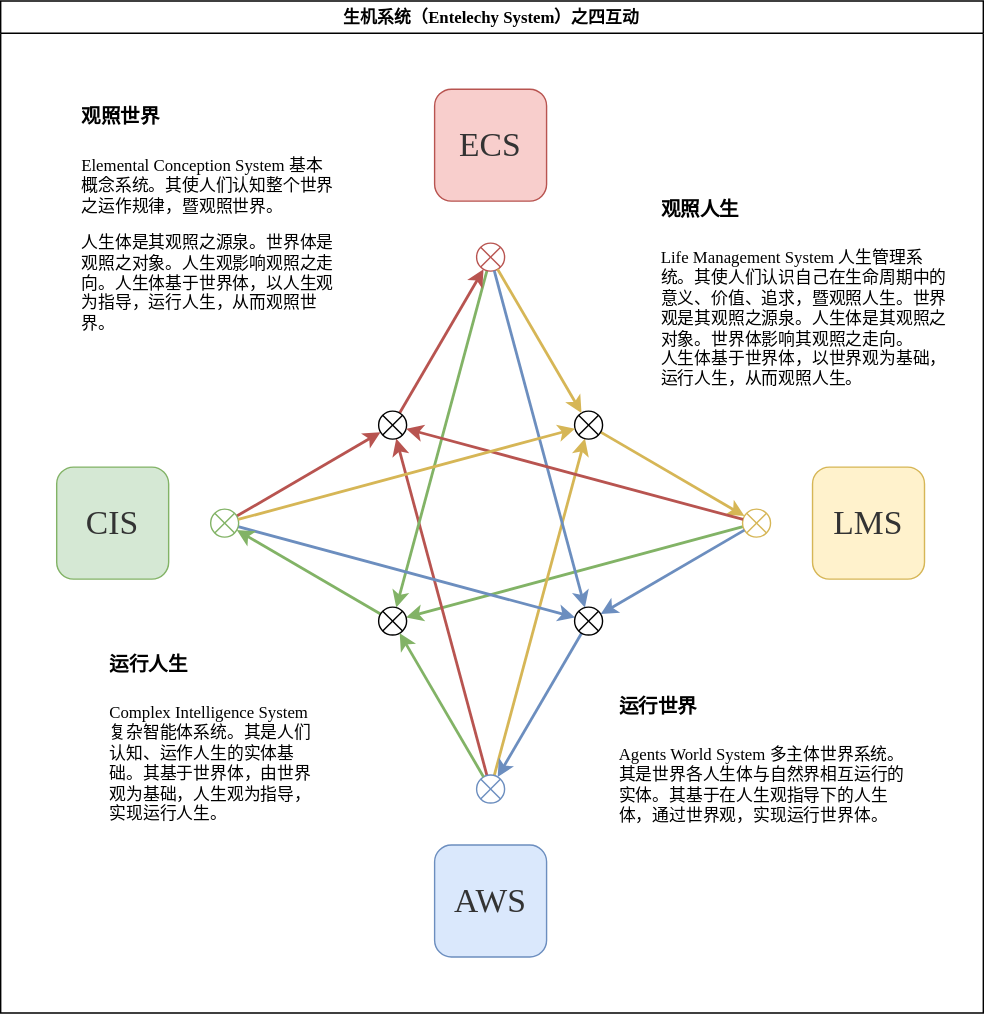
Above: attachment/总体分析框架-生机系统之总体框架-四互动.drawio.svg in EntelechySystem/EntelechySystem (draw.io), before the change. Source tidied: cells renumbered, new cells last; positions are measured from the earlier drawing's top-left corner, leaving out a move shared by most shapes. The source it was exported from:
```xml
<mxGraphModel>
  <root>
    <mxCell id="0" />
    <mxCell id="1" parent="0" />
    <mxCell id="2" value="生机系统（Entelechy System）之四互动" style="swimlane;fontFamily=Times New Roman;fontSize=12;fixDash=0;" parent="1" vertex="1">
      <mxGeometry width="702" height="723" as="geometry" />
    </mxCell>
    <mxCell id="3" value="ECS" style="rounded=1;whiteSpace=wrap;html=1;fontFamily=Times New Roman;fontSize=24;fillColor=#f8cecc;strokeColor=#b85450;fontColor=#333333;" parent="2" vertex="1">
      <mxGeometry x="310" y="63" width="80" height="80" as="geometry" />
    </mxCell>
    <mxCell id="4" style="edgeStyle=none;shape=connector;curved=1;rounded=1;comic=0;jettySize=auto;html=1;labelBackgroundColor=default;fontFamily=Times New Roman;fontSize=14;fontColor=default;endArrow=classic;strokeColor=#82b366;strokeWidth=2;fillColor=#d5e8d4;" parent="2" edge="1" source="5" target="24">
      <mxGeometry relative="1" as="geometry" />
    </mxCell>
    <mxCell id="5" style="shape=sumEllipse;perimeter=ellipsePerimeter;whiteSpace=wrap;html=1;backgroundOutline=1;fontFamily=Times New Roman;fontSize=14;fillColor=none;strokeColor=#d6b656;" parent="2" vertex="1">
      <mxGeometry x="530" y="363" width="20" height="20" as="geometry" />
    </mxCell>
    <mxCell id="6" value="CIS" style="rounded=1;whiteSpace=wrap;html=1;fontFamily=Times New Roman;fontSize=24;fillColor=#d5e8d4;strokeColor=#82b366;fontColor=#333333;" parent="2" vertex="1">
      <mxGeometry x="40" y="333" width="80" height="80" as="geometry" />
    </mxCell>
    <mxCell id="7" style="edgeStyle=none;shape=connector;curved=1;rounded=1;comic=0;jettySize=auto;html=1;labelBackgroundColor=default;fontFamily=Times New Roman;fontSize=14;fontColor=default;endArrow=classic;strokeColor=#b85450;strokeWidth=2;fillColor=#f8cecc;" parent="2" edge="1" source="9" target="22">
      <mxGeometry relative="1" as="geometry" />
    </mxCell>
    <mxCell id="8" style="edgeStyle=none;shape=connector;curved=1;rounded=1;comic=0;jettySize=auto;html=1;labelBackgroundColor=default;fontFamily=Times New Roman;fontSize=14;fontColor=default;endArrow=classic;strokeColor=#d6b656;strokeWidth=2;fillColor=#fff2cc;" parent="2" edge="1" source="9" target="26">
      <mxGeometry relative="1" as="geometry" />
    </mxCell>
    <mxCell id="9" style="shape=sumEllipse;perimeter=ellipsePerimeter;whiteSpace=wrap;html=1;backgroundOutline=1;fontFamily=Times New Roman;fontSize=14;snapToPoint=0;fillColor=none;strokeColor=#6c8ebf;" parent="2" vertex="1">
      <mxGeometry x="340" y="553" width="20" height="20" as="geometry" />
    </mxCell>
    <mxCell id="10" value="AWS" style="rounded=1;whiteSpace=wrap;html=1;fontFamily=Times New Roman;fontSize=24;fillColor=#dae8fc;strokeColor=#6c8ebf;fontColor=#333333;" parent="2" vertex="1">
      <mxGeometry x="310" y="603" width="80" height="80" as="geometry" />
    </mxCell>
    <mxCell id="11" value="LMS" style="rounded=1;whiteSpace=wrap;html=1;fontFamily=Times New Roman;fontSize=24;fillColor=#fff2cc;strokeColor=#d6b656;fontColor=#333333;" parent="2" vertex="1">
      <mxGeometry x="580" y="333" width="80" height="80" as="geometry" />
    </mxCell>
    <mxCell id="12" style="edgeStyle=none;shape=connector;curved=1;rounded=1;comic=0;jettySize=auto;html=1;labelBackgroundColor=default;fontFamily=Times New Roman;fontSize=14;fontColor=default;endArrow=classic;strokeColor=#82b366;strokeWidth=2;fillColor=#d5e8d4;" parent="2" edge="1" source="13" target="24">
      <mxGeometry relative="1" as="geometry" />
    </mxCell>
    <mxCell id="13" style="shape=sumEllipse;perimeter=ellipsePerimeter;whiteSpace=wrap;html=1;backgroundOutline=1;fontFamily=Times New Roman;fontSize=14;fillColor=none;strokeColor=#b85450;" parent="2" vertex="1">
      <mxGeometry x="340" y="173" width="20" height="20" as="geometry" />
    </mxCell>
    <mxCell id="14" style="edgeStyle=none;shape=connector;curved=1;rounded=1;comic=0;jettySize=auto;html=1;labelBackgroundColor=default;fontFamily=Times New Roman;fontSize=14;fontColor=default;endArrow=classic;strokeColor=#6c8ebf;strokeWidth=2;fillColor=#dae8fc;" parent="2" edge="1" source="16" target="20">
      <mxGeometry relative="1" as="geometry" />
    </mxCell>
    <mxCell id="15" style="edgeStyle=none;shape=connector;curved=1;rounded=1;comic=0;jettySize=auto;html=1;labelBackgroundColor=default;fontFamily=Times New Roman;fontSize=14;fontColor=default;endArrow=classic;strokeColor=#b85450;strokeWidth=2;fillColor=#f8cecc;" parent="2" edge="1" source="16" target="22">
      <mxGeometry relative="1" as="geometry" />
    </mxCell>
    <mxCell id="16" style="shape=sumEllipse;perimeter=ellipsePerimeter;whiteSpace=wrap;html=1;backgroundOutline=1;fontFamily=Times New Roman;fontSize=14;fillColor=none;strokeColor=#82b366;" parent="2" vertex="1">
      <mxGeometry x="150" y="363" width="20" height="20" as="geometry" />
    </mxCell>
    <mxCell id="17" style="edgeStyle=none;shape=connector;curved=1;rounded=1;comic=0;jettySize=auto;html=1;labelBackgroundColor=default;fontFamily=Times New Roman;fontSize=14;fontColor=default;endArrow=classic;strokeColor=#6c8ebf;strokeWidth=2;fillColor=#dae8fc;" parent="2" edge="1" source="13" target="20">
      <mxGeometry relative="1" as="geometry" />
    </mxCell>
    <mxCell id="18" style="edgeStyle=none;shape=connector;curved=1;rounded=1;comic=0;jettySize=auto;html=1;labelBackgroundColor=default;fontFamily=Times New Roman;fontSize=14;fontColor=default;endArrow=classic;strokeColor=#6c8ebf;strokeWidth=2;fillColor=#dae8fc;" parent="2" edge="1" source="5" target="20">
      <mxGeometry relative="1" as="geometry" />
    </mxCell>
    <mxCell id="19" style="edgeStyle=none;shape=connector;curved=1;rounded=1;comic=0;jettySize=auto;html=1;labelBackgroundColor=default;fontFamily=Times New Roman;fontSize=14;fontColor=default;endArrow=classic;strokeColor=#6c8ebf;strokeWidth=2;fillColor=#dae8fc;" parent="2" edge="1" source="20" target="9">
      <mxGeometry relative="1" as="geometry" />
    </mxCell>
    <mxCell id="20" style="shape=sumEllipse;perimeter=ellipsePerimeter;whiteSpace=wrap;html=1;backgroundOutline=1;fontFamily=Times New Roman;fontSize=14;rotation=0;" parent="2" vertex="1">
      <mxGeometry x="410" y="433" width="20" height="20" as="geometry" />
    </mxCell>
    <mxCell id="21" style="edgeStyle=none;shape=connector;curved=1;rounded=1;comic=0;jettySize=auto;html=1;labelBackgroundColor=default;fontFamily=Times New Roman;fontSize=14;fontColor=default;endArrow=classic;strokeColor=#b85450;strokeWidth=2;fillColor=#f8cecc;" parent="2" edge="1" source="22" target="13">
      <mxGeometry relative="1" as="geometry" />
    </mxCell>
    <mxCell id="22" style="shape=sumEllipse;perimeter=ellipsePerimeter;whiteSpace=wrap;html=1;backgroundOutline=1;fontFamily=Times New Roman;fontSize=14;rotation=0;" parent="2" vertex="1">
      <mxGeometry x="270" y="293" width="20" height="20" as="geometry" />
    </mxCell>
    <mxCell id="23" style="edgeStyle=none;shape=connector;curved=1;rounded=1;comic=0;jettySize=auto;html=1;labelBackgroundColor=default;fontFamily=Times New Roman;fontSize=14;fontColor=default;endArrow=classic;strokeColor=#82b366;strokeWidth=2;fillColor=#d5e8d4;" parent="2" edge="1" source="24" target="16">
      <mxGeometry relative="1" as="geometry" />
    </mxCell>
    <mxCell id="24" style="shape=sumEllipse;perimeter=ellipsePerimeter;whiteSpace=wrap;html=1;backgroundOutline=1;fontFamily=Times New Roman;fontSize=14;rotation=0;" parent="2" vertex="1">
      <mxGeometry x="270" y="433" width="20" height="20" as="geometry" />
    </mxCell>
    <mxCell id="25" style="edgeStyle=none;shape=connector;curved=1;rounded=1;comic=0;jettySize=auto;html=1;labelBackgroundColor=default;fontFamily=Times New Roman;fontSize=14;fontColor=default;endArrow=classic;strokeColor=#d6b656;strokeWidth=2;fillColor=#fff2cc;" parent="2" edge="1" source="26" target="5">
      <mxGeometry relative="1" as="geometry" />
    </mxCell>
    <mxCell id="26" style="shape=sumEllipse;perimeter=ellipsePerimeter;whiteSpace=wrap;html=1;backgroundOutline=1;fontFamily=Times New Roman;fontSize=14;rotation=0;" parent="2" vertex="1">
      <mxGeometry x="410" y="293" width="20" height="20" as="geometry" />
    </mxCell>
    <mxCell id="27" style="edgeStyle=none;shape=connector;curved=1;rounded=1;comic=0;jettySize=auto;html=1;labelBackgroundColor=default;fontFamily=Times New Roman;fontSize=14;fontColor=default;endArrow=classic;strokeColor=#b85450;strokeWidth=2;fillColor=#f8cecc;" parent="2" edge="1" source="5" target="22">
      <mxGeometry relative="1" as="geometry" />
    </mxCell>
    <mxCell id="28" style="edgeStyle=none;shape=connector;curved=1;rounded=1;comic=0;jettySize=auto;html=1;labelBackgroundColor=default;fontFamily=Times New Roman;fontSize=14;fontColor=default;endArrow=classic;strokeColor=#82b366;strokeWidth=2;fillColor=#d5e8d4;" parent="2" edge="1" source="9" target="24">
      <mxGeometry relative="1" as="geometry" />
    </mxCell>
    <mxCell id="29" style="edgeStyle=none;shape=connector;curved=1;rounded=1;comic=0;jettySize=auto;html=1;labelBackgroundColor=default;fontFamily=Times New Roman;fontSize=14;fontColor=default;endArrow=classic;strokeColor=#d6b656;strokeWidth=2;fillColor=#fff2cc;" parent="2" edge="1" source="16" target="26">
      <mxGeometry relative="1" as="geometry" />
    </mxCell>
    <mxCell id="30" style="edgeStyle=none;shape=connector;curved=1;rounded=1;comic=0;jettySize=auto;html=1;labelBackgroundColor=default;fontFamily=Times New Roman;fontSize=14;fontColor=default;endArrow=classic;strokeColor=#d6b656;strokeWidth=2;fillColor=#fff2cc;" parent="2" edge="1" source="13" target="26">
      <mxGeometry relative="1" as="geometry" />
    </mxCell>
    <mxCell id="31" value="&lt;p style=&quot;line-height: 1;&quot;&gt;&lt;/p&gt;&lt;h1 style=&quot;&quot;&gt;&lt;span style=&quot;font-size: 14px;&quot;&gt;观照世界&lt;/span&gt;&lt;/h1&gt;&lt;p style=&quot;font-size: 12px;&quot;&gt;Elemental Conception System 基本概念系统。其使人们认知整个世界之运作规律，暨观照世界。&lt;/p&gt;&lt;p&gt;人生体是其观照之源泉。&lt;span style=&quot;background-color: initial;&quot;&gt;世界体是观照之对象。人生观影响观照之走向。人生体基于世界体，以人生观为指导，运行人生，从而观照世界。&lt;/span&gt;&lt;/p&gt;&lt;p&gt;&lt;/p&gt;" style="text;html=1;strokeColor=none;fillColor=none;spacing=5;spacingTop=-20;whiteSpace=wrap;overflow=hidden;rounded=0;fontFamily=Times New Roman;fontSize=12;" parent="2" vertex="1">
      <mxGeometry x="53" y="60" width="189" height="186" as="geometry" />
    </mxCell>
    <mxCell id="32" value="&lt;p style=&quot;line-height: 1.2;&quot;&gt;&lt;/p&gt;&lt;h1 style=&quot;&quot;&gt;&lt;span style=&quot;font-size: 14px;&quot;&gt;观照人生&lt;/span&gt;&lt;/h1&gt;&lt;p style=&quot;font-size: 12px;&quot;&gt;&lt;/p&gt;Life Management System 人生管理系统。其使人们认识自己在生命周期中的意义、价值、追求，暨观照人生。世界观是其观照之源泉。人生体是其观照之对象。世界体影响其观照之走向。&lt;br&gt;人生体基于世界体，以世界观为基础，运行人生，从而观照人生。&lt;p&gt;&lt;/p&gt;" style="text;html=1;strokeColor=none;fillColor=none;spacing=5;spacingTop=-20;whiteSpace=wrap;overflow=hidden;rounded=0;fontFamily=Times New Roman;fontSize=12;" parent="2" vertex="1">
      <mxGeometry x="467" y="126" width="218" height="152" as="geometry" />
    </mxCell>
    <mxCell id="33" value="&lt;h1&gt;&lt;span style=&quot;font-size: 14px;&quot;&gt;运行世界&lt;/span&gt;&lt;/h1&gt;&lt;h1&gt;&lt;p style=&quot;font-size: 12px; font-weight: 400;&quot;&gt;Agents World System 多主体世界系统。其是世界各人生体与自然界相互运行的实体。其基于在人生观指导下的人生体，通过世界观，实现运行世界体。&lt;/p&gt;&lt;/h1&gt;" style="text;html=1;strokeColor=none;fillColor=none;spacing=5;spacingTop=-20;whiteSpace=wrap;overflow=hidden;rounded=0;fontFamily=Times New Roman;fontSize=12;" parent="2" vertex="1">
      <mxGeometry x="437" y="481" width="214" height="114" as="geometry" />
    </mxCell>
    <mxCell id="34" value="&lt;h1 style=&quot;&quot;&gt;&lt;span style=&quot;font-size: 14px;&quot;&gt;运行人生&lt;/span&gt;&lt;/h1&gt;&lt;p style=&quot;font-size: 12px;&quot;&gt;Complex Intelligence System 复杂智能体系统。其是人们认知、运作人生的实体基础。其基于世界体，由世界观为基础，人生观为指导，实现运行人生。&lt;/p&gt;" style="text;html=1;strokeColor=none;fillColor=none;spacing=5;spacingTop=-20;whiteSpace=wrap;overflow=hidden;rounded=0;fontFamily=Times New Roman;fontSize=12;" parent="2" vertex="1">
      <mxGeometry x="73" y="451" width="161" height="155" as="geometry" />
    </mxCell>
  </root>
</mxGraphModel>
```
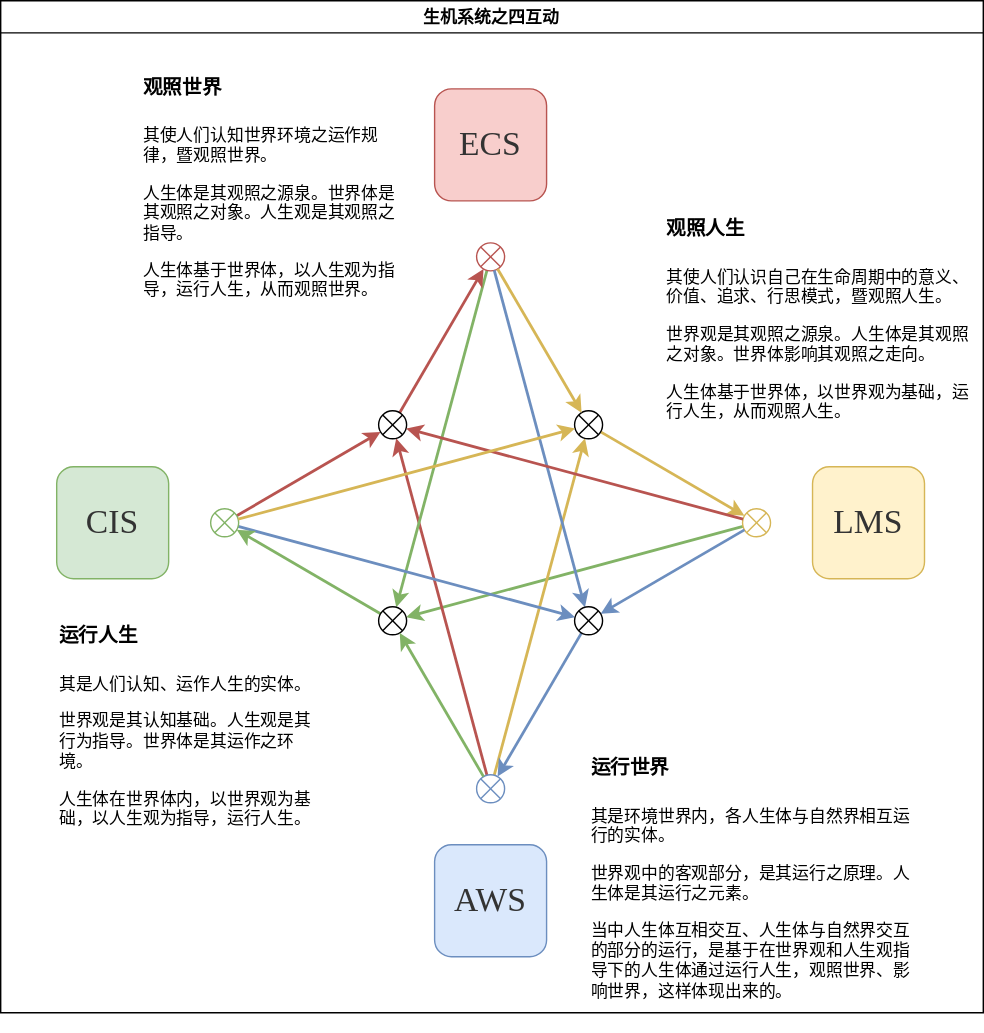
The same file after the commit.

What changed in the source:
```diff
@@ -2,7 +2,7 @@
   <root>
     <mxCell id="0" />
     <mxCell id="1" parent="0" />
-    <mxCell id="2" value="生机系统（Entelechy System）之四互动" style="swimlane;fontFamily=Times New Roman;fontSize=12;fixDash=0;" parent="1" vertex="1">
+    <mxCell id="2" value="生机系统之四互动" style="swimlane;fontFamily=Times New Roman;fontSize=12;fixDash=0;" parent="1" vertex="1">
       <mxGeometry width="702" height="723" as="geometry" />
     </mxCell>
     <mxCell id="3" value="ECS" style="rounded=1;whiteSpace=wrap;html=1;fontFamily=Times New Roman;fontSize=24;fillColor=#f8cecc;strokeColor=#b85450;fontColor=#333333;" parent="2" vertex="1">
@@ -89,17 +89,17 @@
     <mxCell id="30" style="edgeStyle=none;shape=connector;curved=1;rounded=1;comic=0;jettySize=auto;html=1;labelBackgroundColor=default;fontFamily=Times New Roman;fontSize=14;fontColor=default;endArrow=classic;strokeColor=#d6b656;strokeWidth=2;fillColor=#fff2cc;" parent="2" edge="1" source="13" target="26">
       <mxGeometry relative="1" as="geometry" />
     </mxCell>
-    <mxCell id="31" value="&lt;p style=&quot;line-height: 1;&quot;&gt;&lt;/p&gt;&lt;h1 style=&quot;&quot;&gt;&lt;span style=&quot;font-size: 14px;&quot;&gt;观照世界&lt;/span&gt;&lt;/h1&gt;&lt;p style=&quot;font-size: 12px;&quot;&gt;Elemental Conception System 基本概念系统。其使人们认知整个世界之运作规律，暨观照世界。&lt;/p&gt;&lt;p&gt;人生体是其观照之源泉。&lt;span style=&quot;background-color: initial;&quot;&gt;世界体是观照之对象。人生观影响观照之走向。人生体基于世界体，以人生观为指导，运行人生，从而观照世界。&lt;/span&gt;&lt;/p&gt;&lt;p&gt;&lt;/p&gt;" style="text;html=1;strokeColor=none;fillColor=none;spacing=5;spacingTop=-20;whiteSpace=wrap;overflow=hidden;rounded=0;fontFamily=Times New Roman;fontSize=12;" parent="2" vertex="1">
-      <mxGeometry x="53" y="60" width="189" height="186" as="geometry" />
+    <mxCell id="31" value="&lt;h1&gt;&lt;span style=&quot;font-size: 14px;&quot;&gt;运行世界&lt;/span&gt;&lt;/h1&gt;&lt;h1&gt;&lt;p style=&quot;font-size: 12px; font-weight: 400;&quot;&gt;其是环境世界内，各人生体与自然界相互运行的实体。&lt;/p&gt;&lt;p style=&quot;font-size: 12px; font-weight: 400;&quot;&gt;世界观中的客观部分，是其运行之原理。人生体是其运行之元素。&lt;/p&gt;&lt;p style=&quot;font-size: 12px; font-weight: 400;&quot;&gt;当中人生体互相交互、人生体与自然界交互的部分的运行，是基于在世界观和人生观指导下的人生体通过运行人生，观照世界、影响世界，这样体现出来的。&lt;/p&gt;&lt;/h1&gt;" style="text;html=1;strokeColor=none;fillColor=none;spacing=5;spacingTop=-20;whiteSpace=wrap;overflow=hidden;rounded=0;fontFamily=Times New Roman;fontSize=12;" parent="2" vertex="1">
+      <mxGeometry x="417" y="525" width="240" height="212" as="geometry" />
     </mxCell>
-    <mxCell id="32" value="&lt;p style=&quot;line-height: 1.2;&quot;&gt;&lt;/p&gt;&lt;h1 style=&quot;&quot;&gt;&lt;span style=&quot;font-size: 14px;&quot;&gt;观照人生&lt;/span&gt;&lt;/h1&gt;&lt;p style=&quot;font-size: 12px;&quot;&gt;&lt;/p&gt;Life Management System 人生管理系统。其使人们认识自己在生命周期中的意义、价值、追求，暨观照人生。世界观是其观照之源泉。人生体是其观照之对象。世界体影响其观照之走向。&lt;br&gt;人生体基于世界体，以世界观为基础，运行人生，从而观照人生。&lt;p&gt;&lt;/p&gt;" style="text;html=1;strokeColor=none;fillColor=none;spacing=5;spacingTop=-20;whiteSpace=wrap;overflow=hidden;rounded=0;fontFamily=Times New Roman;fontSize=12;" parent="2" vertex="1">
-      <mxGeometry x="467" y="126" width="218" height="152" as="geometry" />
+    <mxCell id="32" value="&lt;h1 style=&quot;&quot;&gt;&lt;span style=&quot;font-size: 14px;&quot;&gt;运行人生&lt;/span&gt;&lt;/h1&gt;&lt;p style=&quot;font-size: 12px;&quot;&gt;其是人们认知、运作人生的实体。&lt;/p&gt;&lt;p style=&quot;font-size: 12px;&quot;&gt;世界观是其认知基础。人生观是其行为指导。世界体是其运作之环境。&lt;/p&gt;&lt;p style=&quot;font-size: 12px;&quot;&gt;人生体在世界体内，以世界观为基础，以人生观为指导，运行人生。&lt;/p&gt;" style="text;html=1;strokeColor=none;fillColor=none;spacing=5;spacingTop=-20;whiteSpace=wrap;overflow=hidden;rounded=0;fontFamily=Times New Roman;fontSize=12;" parent="2" vertex="1">
+      <mxGeometry x="37" y="431" width="188" height="192" as="geometry" />
     </mxCell>
-    <mxCell id="33" value="&lt;h1&gt;&lt;span style=&quot;font-size: 14px;&quot;&gt;运行世界&lt;/span&gt;&lt;/h1&gt;&lt;h1&gt;&lt;p style=&quot;font-size: 12px; font-weight: 400;&quot;&gt;Agents World System 多主体世界系统。其是世界各人生体与自然界相互运行的实体。其基于在人生观指导下的人生体，通过世界观，实现运行世界体。&lt;/p&gt;&lt;/h1&gt;" style="text;html=1;strokeColor=none;fillColor=none;spacing=5;spacingTop=-20;whiteSpace=wrap;overflow=hidden;rounded=0;fontFamily=Times New Roman;fontSize=12;" parent="2" vertex="1">
-      <mxGeometry x="437" y="481" width="214" height="114" as="geometry" />
+    <mxCell id="33" value="&lt;p style=&quot;line-height: 1;&quot;&gt;&lt;/p&gt;&lt;h1 style=&quot;&quot;&gt;&lt;span style=&quot;font-size: 14px;&quot;&gt;观照世界&lt;/span&gt;&lt;/h1&gt;&lt;p style=&quot;font-size: 12px;&quot;&gt;其使人们认知世界环境之运作规律，暨观照世界。&lt;/p&gt;&lt;p&gt;人生体是其观照之源泉。&lt;span style=&quot;background-color: initial;&quot;&gt;世界体是其观照之对象。人生观是其观照之指导。&lt;/span&gt;&lt;/p&gt;&lt;p&gt;&lt;span style=&quot;background-color: initial;&quot;&gt;人生体基于世界体，以人生观为指导，运行人生，从而观照世界。&lt;/span&gt;&lt;/p&gt;&lt;p&gt;&lt;/p&gt;" style="text;html=1;strokeColor=none;fillColor=none;spacing=5;spacingTop=-20;whiteSpace=wrap;overflow=hidden;rounded=0;fontFamily=Times New Roman;fontSize=12;" parent="2" vertex="1">
+      <mxGeometry x="97" y="39" width="189" height="186" as="geometry" />
     </mxCell>
-    <mxCell id="34" value="&lt;h1 style=&quot;&quot;&gt;&lt;span style=&quot;font-size: 14px;&quot;&gt;运行人生&lt;/span&gt;&lt;/h1&gt;&lt;p style=&quot;font-size: 12px;&quot;&gt;Complex Intelligence System 复杂智能体系统。其是人们认知、运作人生的实体基础。其基于世界体，由世界观为基础，人生观为指导，实现运行人生。&lt;/p&gt;" style="text;html=1;strokeColor=none;fillColor=none;spacing=5;spacingTop=-20;whiteSpace=wrap;overflow=hidden;rounded=0;fontFamily=Times New Roman;fontSize=12;" parent="2" vertex="1">
-      <mxGeometry x="73" y="451" width="161" height="155" as="geometry" />
+    <mxCell id="34" value="&lt;p style=&quot;line-height: 1;&quot;&gt;&lt;/p&gt;&lt;h1 style=&quot;&quot;&gt;&lt;span style=&quot;font-size: 14px;&quot;&gt;观照人生&lt;/span&gt;&lt;/h1&gt;&lt;p style=&quot;&quot;&gt;&lt;span style=&quot;background-color: initial;&quot;&gt;其使人们认识自己在生命周期中的意义、价值、追求、行思模式，暨观照人生。&lt;/span&gt;&lt;/p&gt;&lt;p style=&quot;&quot;&gt;&lt;span style=&quot;background-color: initial;&quot;&gt;世界观是其观照之源泉。人生体是其观照之对象。世界体影响其观照之走向。&lt;/span&gt;&lt;/p&gt;&lt;p style=&quot;&quot;&gt;&lt;span style=&quot;background-color: initial;&quot;&gt;人生体基于世界体，以世界观为基础，运行人生，从而观照人生。&lt;/span&gt;&lt;br&gt;&lt;/p&gt;&lt;p&gt;&lt;/p&gt;" style="text;html=1;strokeColor=none;fillColor=none;spacing=5;spacingTop=-20;whiteSpace=wrap;overflow=hidden;rounded=0;fontFamily=Times New Roman;fontSize=12;" parent="2" vertex="1">
+      <mxGeometry x="471" y="140" width="226" height="181" as="geometry" />
     </mxCell>
   </root>
 </mxGraphModel>
```
